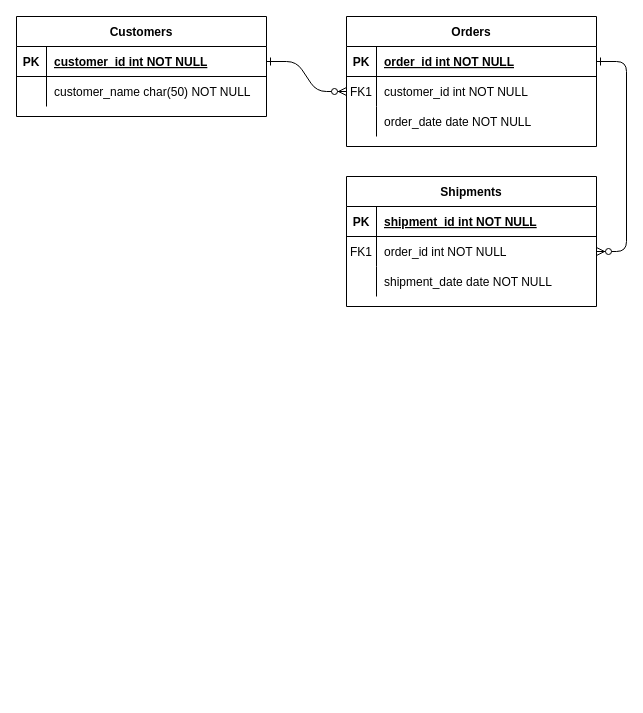
The draw.io diagram Диаграмма без названия.drawio in Infalls/DiplomWork, before the edit. Source tidied: cells renumbered, new cells numbered last; positions are measured from the earlier drawing's top-left corner, leaving out a move shared by most shapes. Both pictures are drawn from the tidied source at 100%, with x=0, y=0 at pixel (16, 16).
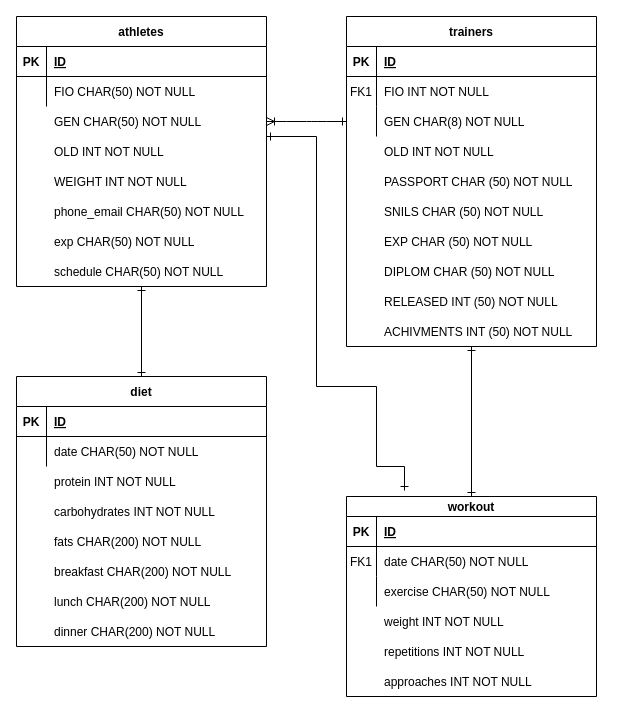
Above is the later version.

Unchanged cells that the change refers to:
```xml
<mxCell id="5" style="shape=partialRectangle;fillColor=none;points=[[0,0.5],[1,0.5]];portConstraint=eastwest;top=0;left=0;right=0;bottom=1;" parent="4" vertex="1">
  <mxGeometry y="30" width="250" height="30" as="geometry" />
</mxCell>
<mxCell id="8" style="shape=partialRectangle;fillColor=none;points=[[0,0.5],[1,0.5]];portConstraint=eastwest;top=0;left=0;right=0;bottom=0;" parent="4" vertex="1">
  <mxGeometry y="60" width="250" height="30" as="geometry" />
</mxCell>
<mxCell id="11" style="shape=partialRectangle;fillColor=none;points=[[0,0.5],[1,0.5]];portConstraint=eastwest;top=0;left=0;right=0;bottom=0;" parent="4" vertex="1">
  <mxGeometry y="90" width="250" height="30" as="geometry" />
</mxCell>
<mxCell id="25" style="shape=partialRectangle;fillColor=none;points=[[0,0.5],[1,0.5]];portConstraint=eastwest;top=0;left=0;right=0;bottom=1;" parent="24" vertex="1">
  <mxGeometry y="30" width="250" height="30" as="geometry" />
</mxCell>
<mxCell id="28" style="shape=partialRectangle;fillColor=none;top=0;left=0;right=0;bottom=0;" parent="24" vertex="1">
  <mxGeometry y="60" width="250" height="30" as="geometry" />
</mxCell>
```

Change to the diagram source:
```diff
@@
-    <mxCell id="2" style="edgeStyle=entityRelationEdgeStyle;endArrow=ERzeroToMany;startArrow=ERone;endFill=1;startFill=0;" parent="1" edge="1" source="25" target="8">
-      <mxGeometry relative="1" as="geometry" />
+    <mxCell id="2" style="edgeStyle=entityRelationEdgeStyle;endArrow=ERone;startArrow=ERoneToMany;endFill=0;startFill=0;entryX=0;entryY=0.5;entryDx=0;entryDy=0;" parent="1" edge="1" target="11">
+      <mxGeometry relative="1" as="geometry">
+        <mxPoint x="250" y="105" as="sourcePoint" />
+        <Array as="points">
+          <mxPoint x="290" y="110" />
+          <mxPoint x="320" y="100" />
+        </Array>
+      </mxGeometry>
     </mxCell>
-    <mxCell id="3" style="edgeStyle=entityRelationEdgeStyle;endArrow=ERzeroToMany;startArrow=ERone;endFill=1;startFill=0;" parent="1" edge="1" source="5" target="18">
-      <mxGeometry relative="1" as="geometry" />
-    </mxCell>
+    <mxCell id="31" style="edgeStyle=orthogonalEdgeStyle;rounded=0;jettySize=auto;html=1;entryX=0.5;entryY=0;entryDx=0;entryDy=0;startArrow=ERone;startFill=0;endArrow=ERone;endFill=0;" parent="1" edge="1" source="4" target="14">
+      <mxGeometry relative="1" as="geometry" />
+    </mxCell>
-    <mxCell id="4" value="Orders" style="shape=table;startSize=30;childLayout=tableLayout;rowLines=0;fontStyle=1;align=center;" parent="1" vertex="1">
-      <mxGeometry x="330" width="250" height="130" as="geometry" />
+    <mxCell id="4" value="trainers" style="shape=table;startSize=30;childLayout=tableLayout;rowLines=0;fontStyle=1;align=center;" parent="1" vertex="1">
+      <mxGeometry x="330" width="250" height="330" as="geometry" />
     </mxCell>
@@
-    <mxCell id="7" value="order_id int NOT NULL " style="shape=partialRectangle;overflow=hidden;fillColor=none;top=0;left=0;bottom=0;right=0;align=left;spacingLeft=6;fontStyle=5;" parent="5" vertex="1">
+    <mxCell id="7" value="ID" style="shape=partialRectangle;overflow=hidden;fillColor=none;top=0;left=0;bottom=0;right=0;align=left;spacingLeft=6;fontStyle=5;" parent="5" vertex="1">
       <mxGeometry x="30" width="220" height="30" as="geometry" />
     </mxCell>
@@
-    <mxCell id="10" value="customer_id int NOT NULL" style="shape=partialRectangle;overflow=hidden;fillColor=none;top=0;left=0;bottom=0;right=0;align=left;spacingLeft=6;" parent="8" vertex="1">
+    <mxCell id="10" value="FIO INT NOT NULL" style="shape=partialRectangle;overflow=hidden;fillColor=none;top=0;left=0;bottom=0;right=0;align=left;spacingLeft=6;" parent="8" vertex="1">
       <mxGeometry x="30" width="220" height="30" as="geometry" />
     </mxCell>
@@
-    <mxCell id="13" value="order_date date NOT NULL" style="shape=partialRectangle;overflow=hidden;fillColor=none;top=0;left=0;bottom=0;right=0;align=left;spacingLeft=6;" parent="11" vertex="1">
+    <mxCell id="13" value="GEN CHAR(8) NOT NULL" style="shape=partialRectangle;overflow=hidden;fillColor=none;top=0;left=0;bottom=0;right=0;align=left;spacingLeft=6;" parent="11" vertex="1">
       <mxGeometry x="30" width="220" height="30" as="geometry" />
     </mxCell>
-    <mxCell id="14" value="Shipments" style="shape=table;startSize=30;childLayout=tableLayout;rowLines=0;fontStyle=1;align=center;" parent="1" vertex="1">
-      <mxGeometry x="330" y="160" width="250" height="130" as="geometry" />
+    <mxCell id="14" value="workout" style="shape=table;startSize=20;childLayout=tableLayout;rowLines=0;fontStyle=1;align=center;" parent="1" vertex="1">
+      <mxGeometry x="330" y="480" width="250" height="200" as="geometry" />
     </mxCell>
     <mxCell id="15" style="shape=partialRectangle;fillColor=none;top=0;left=0;right=0;bottom=1;" parent="14" vertex="1">
-      <mxGeometry y="30" width="250" height="30" as="geometry" />
+      <mxGeometry y="20" width="250" height="30" as="geometry" />
     </mxCell>
@@
-    <mxCell id="17" value="shipment_id int NOT NULL " style="shape=partialRectangle;overflow=hidden;fillColor=none;top=0;left=0;bottom=0;right=0;align=left;spacingLeft=6;fontStyle=5;" parent="15" vertex="1">
+    <mxCell id="17" value="ID" style="shape=partialRectangle;overflow=hidden;fillColor=none;top=0;left=0;bottom=0;right=0;align=left;spacingLeft=6;fontStyle=5;" parent="15" vertex="1">
       <mxGeometry x="30" width="220" height="30" as="geometry" />
     </mxCell>
     <mxCell id="18" style="shape=partialRectangle;fillColor=none;points=[[0,0.5],[1,0.5]];portConstraint=eastwest;top=0;left=0;right=0;bottom=0;" parent="14" vertex="1">
-      <mxGeometry y="60" width="250" height="30" as="geometry" />
+      <mxGeometry y="50" width="250" height="30" as="geometry" />
     </mxCell>
@@
-    <mxCell id="20" value="order_id int NOT NULL" style="shape=partialRectangle;overflow=hidden;fillColor=none;top=0;left=0;bottom=0;right=0;align=left;spacingLeft=6;" parent="18" vertex="1">
+    <mxCell id="20" style="shape=partialRectangle;overflow=hidden;fillColor=none;top=0;left=0;bottom=0;right=0;align=left;spacingLeft=6;" parent="18" vertex="1">
       <mxGeometry x="30" width="220" height="30" as="geometry" />
     </mxCell>
     <mxCell id="21" style="shape=partialRectangle;fillColor=none;top=0;left=0;right=0;bottom=0;" parent="14" vertex="1">
-      <mxGeometry y="90" width="250" height="30" as="geometry" />
+      <mxGeometry y="80" width="250" height="30" as="geometry" />
     </mxCell>
@@
-    <mxCell id="23" value="shipment_date date NOT NULL" style="shape=partialRectangle;overflow=hidden;fillColor=none;top=0;left=0;bottom=0;right=0;align=left;spacingLeft=6;" parent="21" vertex="1">
+    <mxCell id="23" style="shape=partialRectangle;overflow=hidden;fillColor=none;top=0;left=0;bottom=0;right=0;align=left;spacingLeft=6;" parent="21" vertex="1">
       <mxGeometry x="30" width="220" height="30" as="geometry" />
     </mxCell>
+    <mxCell id="32" style="edgeStyle=orthogonalEdgeStyle;rounded=0;jettySize=auto;html=1;entryX=0.5;entryY=0;entryDx=0;entryDy=0;startArrow=ERone;startFill=0;endArrow=ERone;endFill=0;" parent="1" edge="1" source="24" target="45">
+      <mxGeometry relative="1" as="geometry" />
+    </mxCell>
-    <mxCell id="24" value="Customers" style="shape=table;startSize=30;childLayout=tableLayout;rowLines=0;fontStyle=1;align=center;" parent="1" vertex="1">
-      <mxGeometry width="250" height="100" as="geometry" />
+    <mxCell id="24" value="athletes" style="shape=table;startSize=30;childLayout=tableLayout;rowLines=0;fontStyle=1;align=center;" parent="1" vertex="1">
+      <mxGeometry width="250" height="270" as="geometry" />
     </mxCell>
@@
-    <mxCell id="27" value="customer_id int NOT NULL " style="shape=partialRectangle;overflow=hidden;fillColor=none;top=0;left=0;bottom=0;right=0;align=left;spacingLeft=6;fontStyle=5;" parent="25" vertex="1">
+    <mxCell id="27" value="ID" style="shape=partialRectangle;overflow=hidden;fillColor=none;top=0;left=0;bottom=0;right=0;align=left;spacingLeft=6;fontStyle=5;" parent="25" vertex="1">
       <mxGeometry x="30" width="220" height="30" as="geometry" />
     </mxCell>
@@
-    <mxCell id="30" value="customer_name char(50) NOT NULL" style="shape=partialRectangle;overflow=hidden;fillColor=none;top=0;left=0;bottom=0;right=0;align=left;spacingLeft=6;" parent="28" vertex="1">
+    <mxCell id="30" value="FIO CHAR(50) NOT NULL" style="shape=partialRectangle;overflow=hidden;fillColor=none;top=0;left=0;bottom=0;right=0;align=left;spacingLeft=6;" parent="28" vertex="1">
       <mxGeometry x="30" width="220" height="30" as="geometry" />
     </mxCell>
+    <mxCell id="33" value="GEN CHAR(50) NOT NULL" style="shape=partialRectangle;overflow=hidden;fillColor=none;top=0;left=0;bottom=0;right=0;align=left;spacingLeft=6;" parent="1" vertex="1">
+      <mxGeometry x="30" y="90" width="220" height="30" as="geometry" />
+    </mxCell>
+    <mxCell id="34" value="OLD INT NOT NULL" style="shape=partialRectangle;overflow=hidden;fillColor=none;top=0;left=0;bottom=0;right=0;align=left;spacingLeft=6;" parent="1" vertex="1">
+      <mxGeometry x="30" y="120" width="220" height="30" as="geometry" />
+    </mxCell>
+    <mxCell id="35" value="WEIGHT INT NOT NULL" style="shape=partialRectangle;overflow=hidden;fillColor=none;top=0;left=0;bottom=0;right=0;align=left;spacingLeft=6;" parent="1" vertex="1">
+      <mxGeometry x="30" y="150" width="220" height="30" as="geometry" />
+    </mxCell>
+    <mxCell id="36" value="phone_email CHAR(50) NOT NULL" style="shape=partialRectangle;overflow=hidden;fillColor=none;top=0;left=0;bottom=0;right=0;align=left;spacingLeft=6;" parent="1" vertex="1">
+      <mxGeometry x="30" y="180" width="220" height="30" as="geometry" />
+    </mxCell>
+    <mxCell id="37" value="exp CHAR(50) NOT NULL" style="shape=partialRectangle;overflow=hidden;fillColor=none;top=0;left=0;bottom=0;right=0;align=left;spacingLeft=6;" parent="1" vertex="1">
+      <mxGeometry x="30" y="210" width="220" height="30" as="geometry" />
+    </mxCell>
+    <mxCell id="38" value="OLD INT NOT NULL" style="shape=partialRectangle;overflow=hidden;fillColor=none;top=0;left=0;bottom=0;right=0;align=left;spacingLeft=6;" parent="1" vertex="1">
+      <mxGeometry x="360" y="120" width="220" height="30" as="geometry" />
+    </mxCell>
+    <mxCell id="39" value="PASSPORT CHAR (50) NOT NULL" style="shape=partialRectangle;overflow=hidden;fillColor=none;top=0;left=0;bottom=0;right=0;align=left;spacingLeft=6;" parent="1" vertex="1">
+      <mxGeometry x="360" y="150" width="220" height="30" as="geometry" />
+    </mxCell>
+    <mxCell id="40" value="SNILS CHAR (50) NOT NULL" style="shape=partialRectangle;overflow=hidden;fillColor=none;top=0;left=0;bottom=0;right=0;align=left;spacingLeft=6;" parent="1" vertex="1">
+      <mxGeometry x="360" y="180" width="220" height="30" as="geometry" />
+    </mxCell>
+    <mxCell id="41" value="EXP CHAR (50) NOT NULL" style="shape=partialRectangle;overflow=hidden;fillColor=none;top=0;left=0;bottom=0;right=0;align=left;spacingLeft=6;" parent="1" vertex="1">
+      <mxGeometry x="360" y="210" width="220" height="30" as="geometry" />
+    </mxCell>
+    <mxCell id="42" value="DIPLOM CHAR (50) NOT NULL" style="shape=partialRectangle;overflow=hidden;fillColor=none;top=0;left=0;bottom=0;right=0;align=left;spacingLeft=6;" parent="1" vertex="1">
+      <mxGeometry x="360" y="240" width="220" height="30" as="geometry" />
+    </mxCell>
+    <mxCell id="43" value="RELEASED INT (50) NOT NULL" style="shape=partialRectangle;overflow=hidden;fillColor=none;top=0;left=0;bottom=0;right=0;align=left;spacingLeft=6;" parent="1" vertex="1">
+      <mxGeometry x="360" y="270" width="220" height="30" as="geometry" />
+    </mxCell>
+    <mxCell id="44" value="ACHIVMENTS INT (50) NOT NULL" style="shape=partialRectangle;overflow=hidden;fillColor=none;top=0;left=0;bottom=0;right=0;align=left;spacingLeft=6;" parent="1" vertex="1">
+      <mxGeometry x="360" y="300" width="220" height="30" as="geometry" />
+    </mxCell>
+    <mxCell id="45" value="diet" style="shape=table;startSize=30;childLayout=tableLayout;rowLines=0;fontStyle=1;align=center;" parent="1" vertex="1">
+      <mxGeometry y="360" width="250" height="270" as="geometry" />
+    </mxCell>
+    <mxCell id="46" style="shape=partialRectangle;fillColor=none;top=0;left=0;right=0;bottom=1;" parent="45" vertex="1">
+      <mxGeometry y="30" width="250" height="30" as="geometry" />
+    </mxCell>
+    <mxCell id="47" value="PK" style="shape=partialRectangle;overflow=hidden;fillColor=none;top=0;left=0;bottom=0;right=0;fontStyle=1;" parent="46" vertex="1">
+      <mxGeometry width="30" height="30" as="geometry" />
+    </mxCell>
+    <mxCell id="48" value="ID" style="shape=partialRectangle;overflow=hidden;fillColor=none;top=0;left=0;bottom=0;right=0;align=left;spacingLeft=6;fontStyle=5;" parent="46" vertex="1">
+      <mxGeometry x="30" width="220" height="30" as="geometry" />
+    </mxCell>
+    <mxCell id="49" style="shape=partialRectangle;fillColor=none;top=0;left=0;right=0;bottom=0;" parent="45" vertex="1">
+      <mxGeometry y="60" width="250" height="30" as="geometry" />
+    </mxCell>
+    <mxCell id="50" style="shape=partialRectangle;overflow=hidden;fillColor=none;top=0;left=0;bottom=0;right=0;" parent="49" vertex="1">
+      <mxGeometry width="30" height="30" as="geometry" />
+    </mxCell>
+    <mxCell id="51" value="date CHAR(50) NOT NULL" style="shape=partialRectangle;overflow=hidden;fillColor=none;top=0;left=0;bottom=0;right=0;align=left;spacingLeft=6;" parent="49" vertex="1">
+      <mxGeometry x="30" width="220" height="30" as="geometry" />
+    </mxCell>
+    <mxCell id="52" value="carbohydrates INT NOT NULL" style="shape=partialRectangle;overflow=hidden;fillColor=none;top=0;left=0;bottom=0;right=0;align=left;spacingLeft=6;" parent="1" vertex="1">
+      <mxGeometry x="30" y="480" width="220" height="30" as="geometry" />
+    </mxCell>
+    <mxCell id="53" value="fats CHAR(200) NOT NULL" style="shape=partialRectangle;overflow=hidden;fillColor=none;top=0;left=0;bottom=0;right=0;align=left;spacingLeft=6;" parent="1" vertex="1">
+      <mxGeometry x="30" y="510" width="220" height="30" as="geometry" />
+    </mxCell>
+    <mxCell id="54" value="protein INT NOT NULL" style="shape=partialRectangle;overflow=hidden;fillColor=none;top=0;left=0;bottom=0;right=0;align=left;spacingLeft=6;" parent="1" vertex="1">
+      <mxGeometry x="30" y="450" width="220" height="30" as="geometry" />
+    </mxCell>
+    <mxCell id="55" value="breakfast CHAR(200) NOT NULL" style="shape=partialRectangle;overflow=hidden;fillColor=none;top=0;left=0;bottom=0;right=0;align=left;spacingLeft=6;" parent="1" vertex="1">
+      <mxGeometry x="30" y="540" width="220" height="30" as="geometry" />
+    </mxCell>
+    <mxCell id="56" value="lunch CHAR(200) NOT NULL" style="shape=partialRectangle;overflow=hidden;fillColor=none;top=0;left=0;bottom=0;right=0;align=left;spacingLeft=6;" parent="1" vertex="1">
+      <mxGeometry x="30" y="570" width="220" height="30" as="geometry" />
+    </mxCell>
+    <mxCell id="57" value="dinner CHAR(200) NOT NULL" style="shape=partialRectangle;overflow=hidden;fillColor=none;top=0;left=0;bottom=0;right=0;align=left;spacingLeft=6;" parent="1" vertex="1">
+      <mxGeometry x="30" y="600" width="220" height="30" as="geometry" />
+    </mxCell>
+    <mxCell id="58" style="shape=partialRectangle;fillColor=none;top=0;left=0;right=0;bottom=0;" parent="1" vertex="1">
+      <mxGeometry x="330" y="530" width="250" height="30" as="geometry" />
+    </mxCell>
+    <mxCell id="59" style="shape=partialRectangle;overflow=hidden;fillColor=none;top=0;left=0;bottom=0;right=0;" parent="58" vertex="1">
+      <mxGeometry width="30" height="30" as="geometry" />
+    </mxCell>
+    <mxCell id="60" value="date CHAR(50) NOT NULL" style="shape=partialRectangle;overflow=hidden;fillColor=none;top=0;left=0;bottom=0;right=0;align=left;spacingLeft=6;" parent="58" vertex="1">
+      <mxGeometry x="30" width="220" height="30" as="geometry" />
+    </mxCell>
+    <mxCell id="61" style="shape=partialRectangle;fillColor=none;top=0;left=0;right=0;bottom=0;" parent="1" vertex="1">
+      <mxGeometry x="330" y="560" width="250" height="30" as="geometry" />
+    </mxCell>
+    <mxCell id="62" style="shape=partialRectangle;overflow=hidden;fillColor=none;top=0;left=0;bottom=0;right=0;" parent="61" vertex="1">
+      <mxGeometry width="30" height="30" as="geometry" />
+    </mxCell>
+    <mxCell id="63" value="exercise CHAR(50) NOT NULL" style="shape=partialRectangle;overflow=hidden;fillColor=none;top=0;left=0;bottom=0;right=0;align=left;spacingLeft=6;" parent="61" vertex="1">
+      <mxGeometry x="30" width="220" height="30" as="geometry" />
+    </mxCell>
+    <mxCell id="64" style="shape=partialRectangle;fillColor=none;top=0;left=0;right=0;bottom=0;" parent="1" vertex="1">
+      <mxGeometry x="330" y="590" width="250" height="30" as="geometry" />
+    </mxCell>
+    <mxCell id="65" style="shape=partialRectangle;overflow=hidden;fillColor=none;top=0;left=0;bottom=0;right=0;" parent="64" vertex="1">
+      <mxGeometry width="30" height="30" as="geometry" />
+    </mxCell>
+    <mxCell id="66" value="weight INT NOT NULL" style="shape=partialRectangle;overflow=hidden;fillColor=none;top=0;left=0;bottom=0;right=0;align=left;spacingLeft=6;" parent="64" vertex="1">
+      <mxGeometry x="30" width="220" height="30" as="geometry" />
+    </mxCell>
+    <mxCell id="67" style="shape=partialRectangle;fillColor=none;top=0;left=0;right=0;bottom=0;" parent="1" vertex="1">
+      <mxGeometry x="330" y="620" width="250" height="30" as="geometry" />
+    </mxCell>
+    <mxCell id="68" style="shape=partialRectangle;overflow=hidden;fillColor=none;top=0;left=0;bottom=0;right=0;" parent="67" vertex="1">
+      <mxGeometry width="30" height="30" as="geometry" />
+    </mxCell>
+    <mxCell id="69" value="repetitions INT NOT NULL" style="shape=partialRectangle;overflow=hidden;fillColor=none;top=0;left=0;bottom=0;right=0;align=left;spacingLeft=6;" parent="67" vertex="1">
+      <mxGeometry x="30" width="220" height="30" as="geometry" />
+    </mxCell>
+    <mxCell id="70" value="approaches INT NOT NULL" style="shape=partialRectangle;overflow=hidden;fillColor=none;top=0;left=0;bottom=0;right=0;align=left;spacingLeft=6;" parent="1" vertex="1">
+      <mxGeometry x="360" y="650" width="220" height="30" as="geometry" />
+    </mxCell>
+    <mxCell id="71" style="edgeStyle=orthogonalEdgeStyle;rounded=0;jettySize=auto;html=1;entryX=0.232;entryY=-0.03;entryDx=0;entryDy=0;entryPerimeter=0;startArrow=ERone;startFill=0;endArrow=ERone;endFill=0;" parent="1" edge="1" source="24" target="14">
+      <mxGeometry relative="1" as="geometry">
+        <Array as="points">
+          <mxPoint x="300" y="120" />
+          <mxPoint x="300" y="370" />
+          <mxPoint x="360" y="370" />
+          <mxPoint x="360" y="450" />
+          <mxPoint x="388" y="450" />
+        </Array>
+      </mxGeometry>
+    </mxCell>
+    <mxCell id="72" value="schedule CHAR(50) NOT NULL" style="shape=partialRectangle;overflow=hidden;fillColor=none;top=0;left=0;bottom=0;right=0;align=left;spacingLeft=6;fontStyle=0;" parent="1" vertex="1">
+      <mxGeometry x="30" y="240" width="220" height="30" as="geometry" />
+    </mxCell>
```
